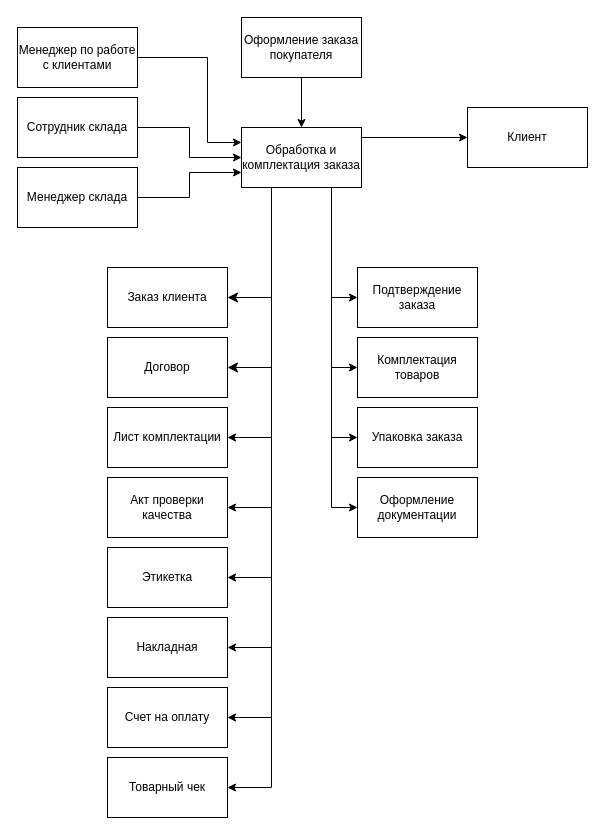
Mirasali-1/Ychebnaya_Praktika keeps this draw.io diagram as Практика 11.01/UML/214.drawio. Above is the earlier version. Source tidied: cells renumbered, new cells numbered last; positions are measured from the earlier drawing's top-left corner, leaving out a move shared by most shapes. Both pictures are drawn from the tidied source at 100%, with x=0, y=0 at pixel (17, 17).
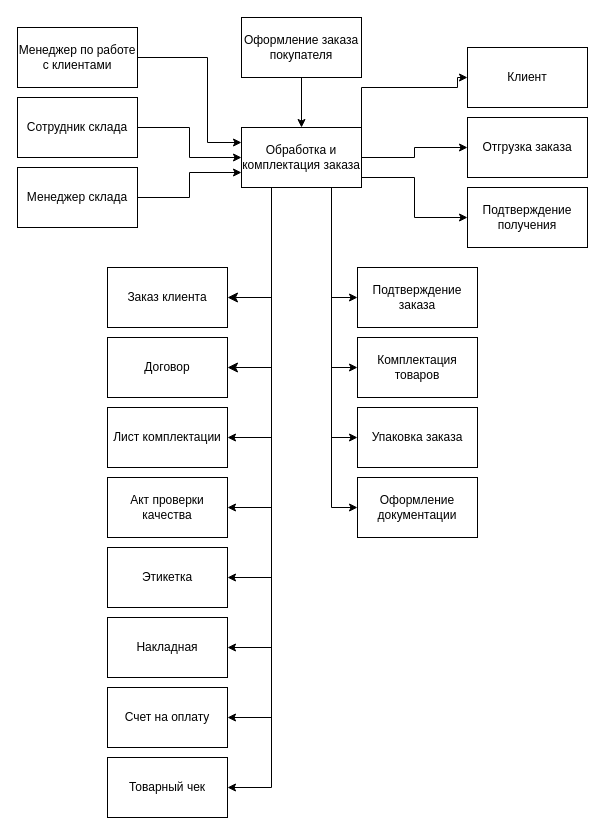
The same diagram, later.

The change refers to these unchanged cells:
```xml
<mxCell id="15" value="Обработка и комплектация заказа" style="rounded=0;whiteSpace=wrap;html=1;" parent="1" vertex="1">
  <mxGeometry x="224" y="110" width="120" height="60" as="geometry" />
</mxCell>
```

The edit, as a diff of the source:
```diff
@@
     <mxCell id="2" style="edgeStyle=orthogonalEdgeStyle;rounded=0;jettySize=auto;html=1;exitX=1;exitY=0.5;exitDx=0;exitDy=0;entryX=0;entryY=0.5;entryDx=0;entryDy=0;" parent="1" edge="1" source="15" target="20">
       <mxGeometry relative="1" as="geometry">
         <Array as="points">
-          <mxPoint x="344" y="120" />
-          <mxPoint x="440" y="120" />
+          <mxPoint x="344" y="70" />
+          <mxPoint x="440" y="70" />
+          <mxPoint x="440" y="60" />
         </Array>
       </mxGeometry>
     </mxCell>
@@
+    <mxCell id="37" style="edgeStyle=orthogonalEdgeStyle;rounded=0;jettySize=auto;html=1;exitX=1;exitY=0.5;exitDx=0;exitDy=0;entryX=0;entryY=0.5;entryDx=0;entryDy=0;" parent="1" edge="1" source="15" target="39">
+      <mxGeometry relative="1" as="geometry" />
+    </mxCell>
+    <mxCell id="38" style="edgeStyle=orthogonalEdgeStyle;rounded=0;jettySize=auto;html=1;exitX=1;exitY=0.5;exitDx=0;exitDy=0;entryX=0;entryY=0.5;entryDx=0;entryDy=0;" parent="1" edge="1" source="15" target="40">
+      <mxGeometry relative="1" as="geometry">
+        <Array as="points">
+          <mxPoint x="344" y="160" />
+          <mxPoint x="397" y="160" />
+          <mxPoint x="397" y="200" />
+        </Array>
+      </mxGeometry>
+    </mxCell>
@@
     <mxCell id="20" value="Клиент" style="rounded=0;whiteSpace=wrap;html=1;" parent="1" vertex="1">
-      <mxGeometry x="450" y="90" width="120" height="60" as="geometry" />
+      <mxGeometry x="450" y="30" width="120" height="60" as="geometry" />
     </mxCell>
@@
+    <mxCell id="39" value="Отгрузка заказа" style="rounded=0;whiteSpace=wrap;html=1;" parent="1" vertex="1">
+      <mxGeometry x="450" y="100" width="120" height="60" as="geometry" />
+    </mxCell>
+    <mxCell id="40" value="Подтверждение получения" style="rounded=0;whiteSpace=wrap;html=1;" parent="1" vertex="1">
+      <mxGeometry x="450" y="170" width="120" height="60" as="geometry" />
+    </mxCell>
```
